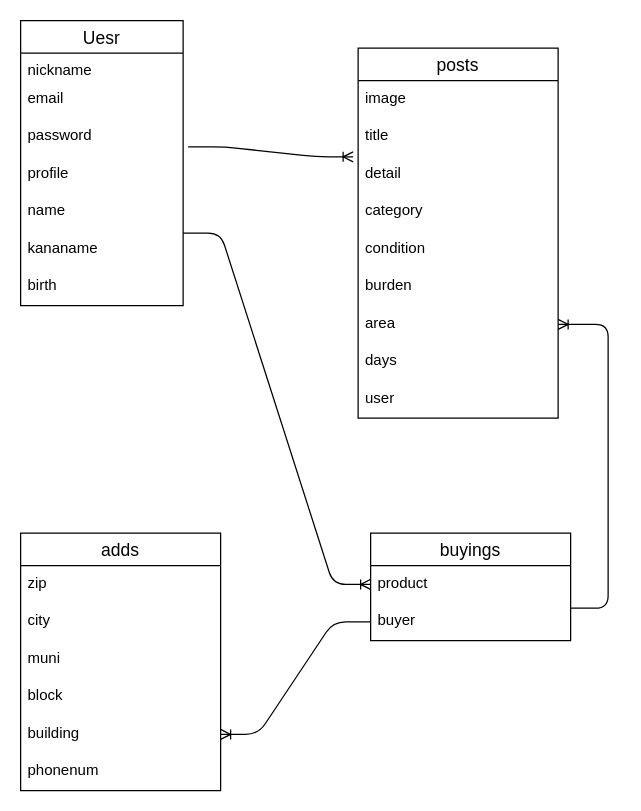
Kohei1204/furima-34284 keeps this draw.io diagram as ER.dio. Above is the earlier version. Source tidied: cells renumbered, new cells numbered last; positions are measured from the earlier drawing's top-left corner, leaving out a move shared by most shapes. Both pictures are drawn from the tidied source at 125%, with x=0, y=0 at pixel (20, 20).
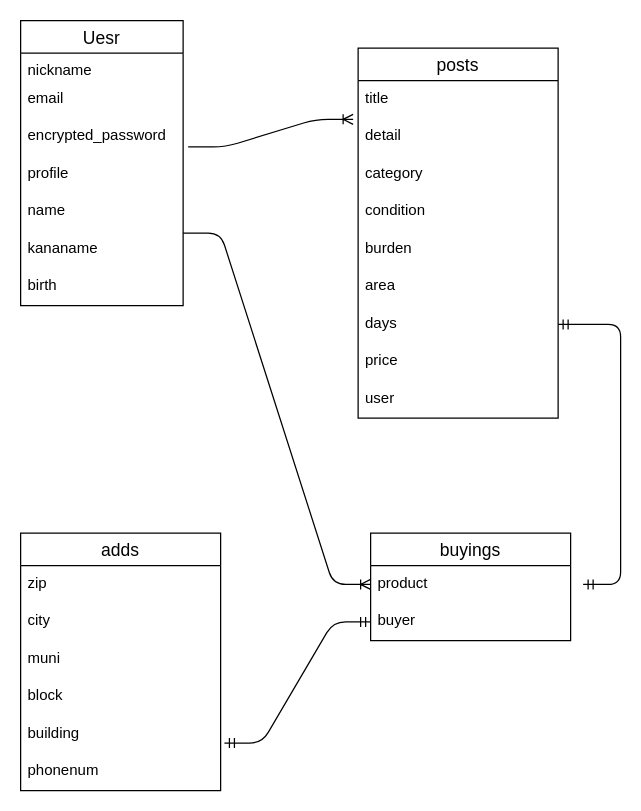
After the change.

Commit message (it also covers changes not shown here):
db カラムとアソシエーションの編集

Unchanged cells that the change refers to:
```xml
<mxCell id="2" value="Uesr" style="swimlane;fontStyle=0;horizontal=1;startSize=26;align=center;fontSize=14;" parent="1" vertex="1">
  <mxGeometry width="130" height="228" as="geometry" />
</mxCell>
<mxCell id="15" value="building" style="text;strokeColor=none;fillColor=none;spacingLeft=4;spacingRight=4;overflow=hidden;points=[[0,0.5],[1,0.5]];portConstraint=eastwest;fontSize=12;align=left;verticalAlign=top;" parent="10" vertex="1">
  <mxGeometry y="146" width="160" height="30" as="geometry" />
</mxCell>
<mxCell id="17" value="posts" style="swimlane;fontStyle=0;horizontal=1;startSize=26;align=center;fontSize=14;" parent="1" vertex="1">
  <mxGeometry x="270" y="22" width="160" height="296" as="geometry" />
</mxCell>
<mxCell id="30" value="buyer" style="text;strokeColor=none;fillColor=none;spacingLeft=4;spacingRight=4;overflow=hidden;points=[[0,0.5],[1,0.5]];portConstraint=eastwest;fontSize=12;" parent="28" vertex="1">
  <mxGeometry y="56" width="160" height="30" as="geometry" />
</mxCell>
```

What changed in the source:
```diff
@@
-    <mxCell id="5" value="password" style="text;strokeColor=none;fillColor=none;spacingLeft=4;spacingRight=4;overflow=hidden;points=[[0,0.5],[1,0.5]];portConstraint=eastwest;fontSize=12;" parent="2" vertex="1">
+    <mxCell id="5" value="encrypted_password" style="text;strokeColor=none;fillColor=none;spacingLeft=4;spacingRight=4;overflow=hidden;points=[[0,0.5],[1,0.5]];portConstraint=eastwest;fontSize=12;" parent="2" vertex="1">
       <mxGeometry y="78" width="130" height="30" as="geometry" />
     </mxCell>
@@
-    <mxCell id="18" value="image" style="text;strokeColor=none;fillColor=none;spacingLeft=4;spacingRight=4;overflow=hidden;fontSize=12;align=left;verticalAlign=top;" parent="17" vertex="1">
-      <mxGeometry y="26" width="160" height="30" as="geometry" />
-    </mxCell>
     <mxCell id="19" value="title" style="text;strokeColor=none;fillColor=none;spacingLeft=4;spacingRight=4;overflow=hidden;fontSize=12;" parent="17" vertex="1">
-      <mxGeometry y="56" width="160" height="30" as="geometry" />
+      <mxGeometry y="26" width="160" height="30" as="geometry" />
     </mxCell>
     <mxCell id="20" value="detail" style="text;strokeColor=none;fillColor=none;spacingLeft=4;spacingRight=4;overflow=hidden;points=[[0,0.5],[1,0.5]];portConstraint=eastwest;fontSize=12;" parent="17" vertex="1">
-      <mxGeometry y="86" width="160" height="30" as="geometry" />
+      <mxGeometry y="56" width="160" height="30" as="geometry" />
     </mxCell>
     <mxCell id="21" value="category" style="text;strokeColor=none;fillColor=none;spacingLeft=4;spacingRight=4;overflow=hidden;fontSize=12;align=left;verticalAlign=top;" parent="17" vertex="1">
-      <mxGeometry y="116" width="160" height="30" as="geometry" />
+      <mxGeometry y="86" width="160" height="30" as="geometry" />
     </mxCell>
     <mxCell id="22" value="condition" style="text;strokeColor=none;fillColor=none;spacingLeft=4;spacingRight=4;overflow=hidden;fontSize=12;align=left;verticalAlign=top;" parent="17" vertex="1">
-      <mxGeometry y="146" width="160" height="30" as="geometry" />
+      <mxGeometry y="116" width="160" height="30" as="geometry" />
     </mxCell>
     <mxCell id="23" value="burden" style="text;strokeColor=none;fillColor=none;spacingLeft=4;spacingRight=4;overflow=hidden;fontSize=12;align=left;verticalAlign=top;" parent="17" vertex="1">
-      <mxGeometry y="176" width="160" height="30" as="geometry" />
+      <mxGeometry y="146" width="160" height="30" as="geometry" />
     </mxCell>
     <mxCell id="24" value="area" style="text;strokeColor=none;fillColor=none;spacingLeft=4;spacingRight=4;overflow=hidden;points=[[0,0.5],[1,0.5]];portConstraint=eastwest;fontSize=12;align=left;verticalAlign=top;" parent="17" vertex="1">
-      <mxGeometry y="206" width="160" height="30" as="geometry" />
+      <mxGeometry y="176" width="160" height="30" as="geometry" />
     </mxCell>
     <mxCell id="25" value="days" style="text;strokeColor=none;fillColor=none;spacingLeft=4;spacingRight=4;overflow=hidden;points=[[0,0.5],[1,0.5]];portConstraint=eastwest;fontSize=12;align=left;verticalAlign=top;" parent="17" vertex="1">
-      <mxGeometry y="236" width="160" height="30" as="geometry" />
+      <mxGeometry y="206" width="160" height="30" as="geometry" />
     </mxCell>
+    <mxCell id="34" value="price" style="text;strokeColor=none;fillColor=none;spacingLeft=4;spacingRight=4;overflow=hidden;fontSize=12;align=left;verticalAlign=top;" parent="17" vertex="1">
+      <mxGeometry y="236" width="160" height="30" as="geometry" />
+    </mxCell>
@@
-    <mxCell id="31" style="edgeStyle=entityRelationEdgeStyle;fontSize=12;html=1;endArrow=ERoneToMany;entryX=1;entryY=0.5;entryDx=0;entryDy=0;exitX=0;exitY=0.5;exitDx=0;exitDy=0;" parent="1" edge="1" source="30" target="15">
-      <mxGeometry relative="1" as="geometry" />
-    </mxCell>
-    <mxCell id="32" style="edgeStyle=entityRelationEdgeStyle;fontSize=12;html=1;endArrow=ERoneToMany;entryX=1;entryY=0.5;entryDx=0;entryDy=0;" parent="1" edge="1" target="24">
-      <mxGeometry relative="1" as="geometry">
-        <mxPoint x="440" y="470" as="sourcePoint" />
-      </mxGeometry>
-    </mxCell>
@@
+    <mxCell id="35" style="edgeStyle=entityRelationEdgeStyle;fontSize=12;html=1;endArrow=ERmandOne;startArrow=ERmandOne;" parent="1" edge="1" target="25">
+      <mxGeometry relative="1" as="geometry">
+        <mxPoint x="450" y="451" as="sourcePoint" />
+      </mxGeometry>
+    </mxCell>
+    <mxCell id="36" style="edgeStyle=entityRelationEdgeStyle;fontSize=12;html=1;endArrow=ERmandOne;startArrow=ERmandOne;entryX=0;entryY=0.5;entryDx=0;entryDy=0;exitX=1.019;exitY=0.733;exitDx=0;exitDy=0;exitPerimeter=0;" parent="1" edge="1" source="15" target="30">
+      <mxGeometry relative="1" as="geometry" />
+    </mxCell>
```
